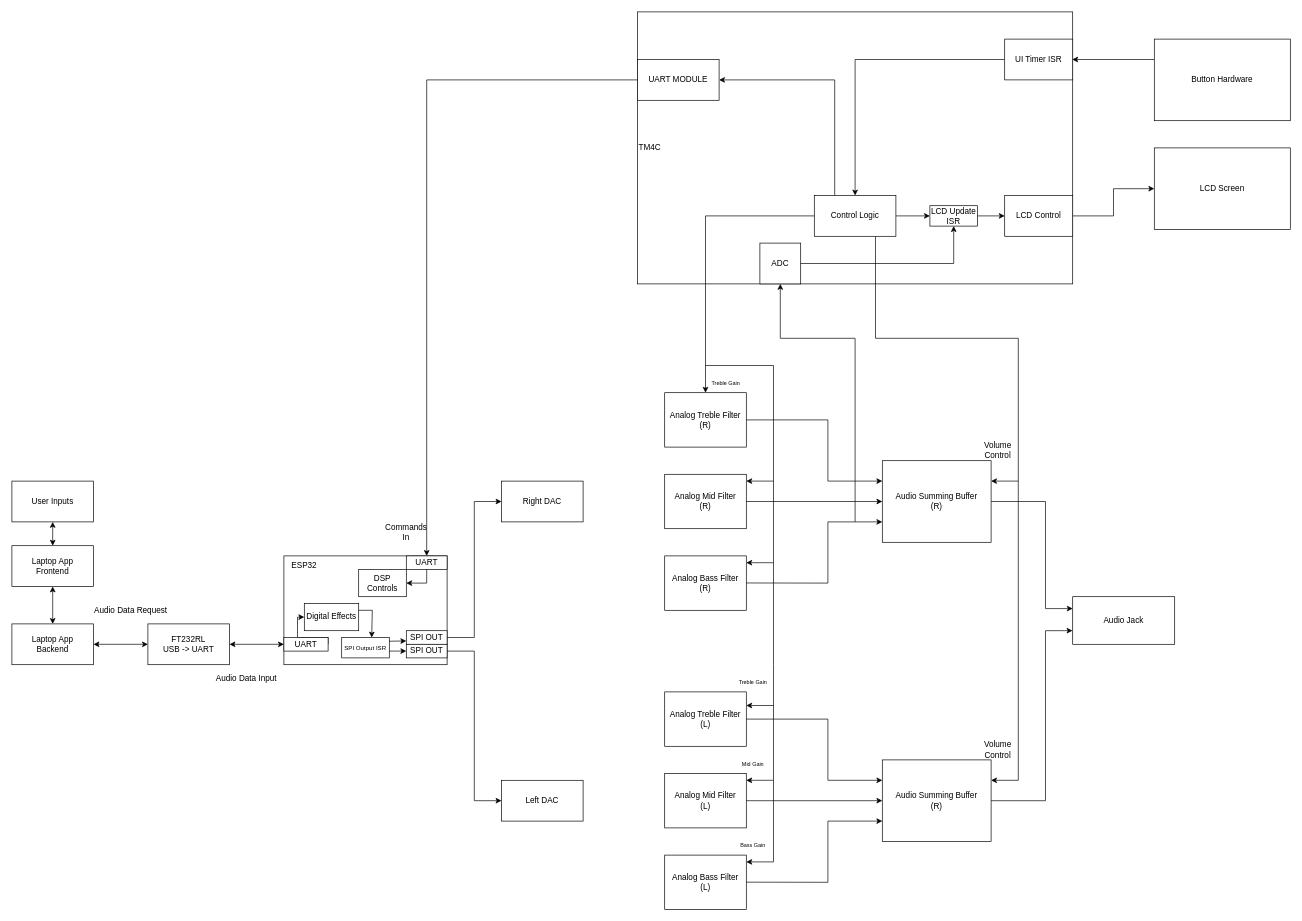
This is Lab7A_SystemDiagram.drawio from niranjannt/Local-Music-Streaming-Pipeline, a draw.io file, before an edit. Source tidied: cells renumbered, new cells numbered last; positions are measured from the earlier drawing's top-left corner, leaving out a move shared by most shapes. Both pictures are drawn from the tidied source at 68%, with x=0, y=0 at pixel (12, 12).
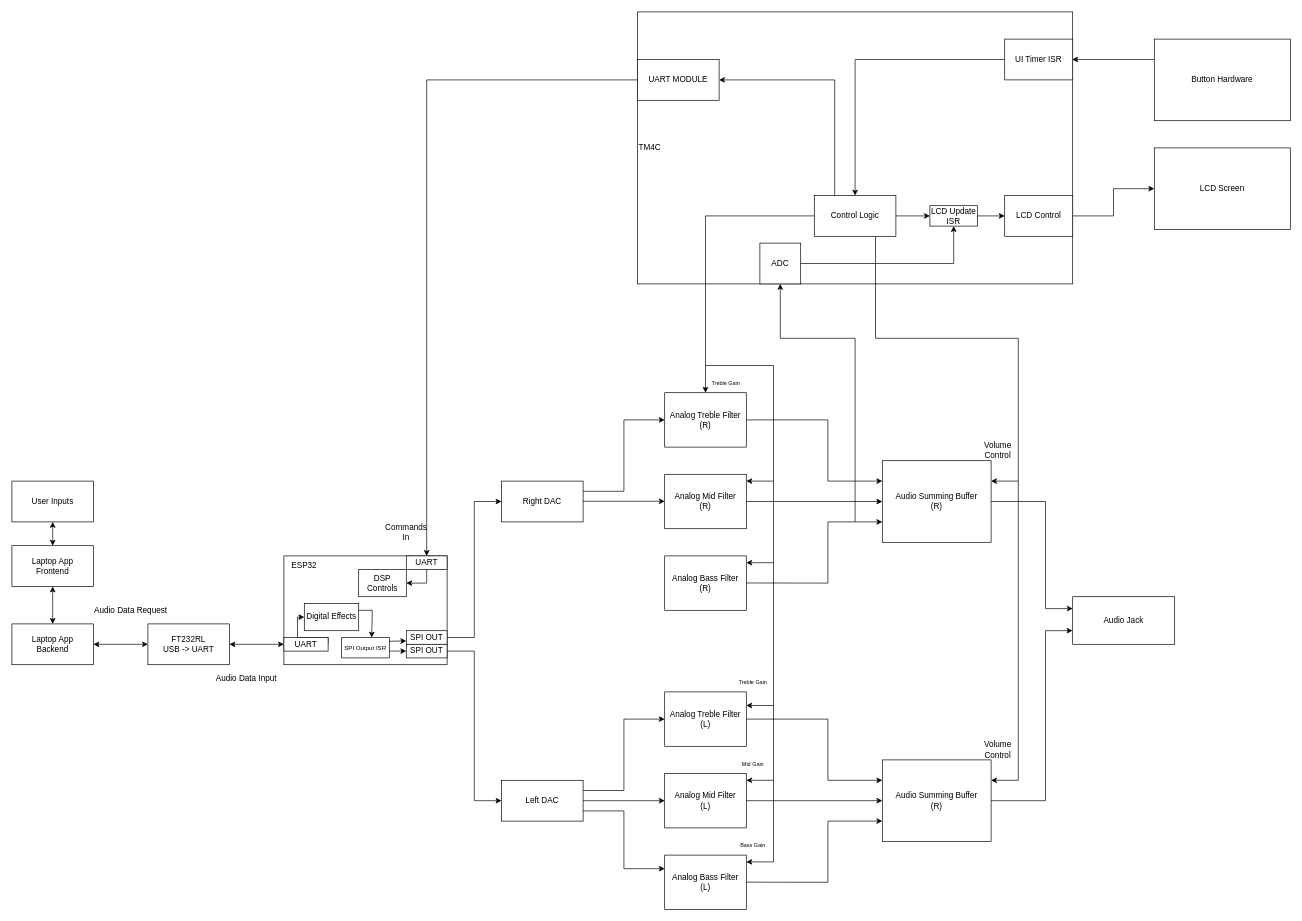
After the change.

The change refers to these unchanged cells:
```xml
<mxCell id="17" value="Analog Treble Filter&lt;div&gt;(R)&lt;/div&gt;" style="rounded=0;whiteSpace=wrap;html=1;" parent="1" vertex="1">
  <mxGeometry x="960" y="560" width="120" height="80" as="geometry" />
</mxCell>
<mxCell id="29" value="Analog Mid Filter&lt;div&gt;(L)&lt;/div&gt;" style="rounded=0;whiteSpace=wrap;html=1;" parent="1" vertex="1">
  <mxGeometry x="960" y="1120" width="120" height="80" as="geometry" />
</mxCell>
<mxCell id="30" value="Analog Bass Filter&lt;div&gt;(L)&lt;/div&gt;" style="rounded=0;whiteSpace=wrap;html=1;" parent="1" vertex="1">
  <mxGeometry x="960" y="1240" width="120" height="80" as="geometry" />
</mxCell>
<mxCell id="50" value="Right DAC" style="rounded=0;whiteSpace=wrap;html=1;" parent="1" vertex="1">
  <mxGeometry x="720" y="690" width="120" height="60" as="geometry" />
</mxCell>
<mxCell id="51" value="Left DAC" style="rounded=0;whiteSpace=wrap;html=1;" parent="1" vertex="1">
  <mxGeometry x="720" y="1130" width="120" height="60" as="geometry" />
</mxCell>
```

What changed in the source:
```diff
@@
+    <mxCell id="80" style="endArrow=classic;html=1;rounded=0;entryX=0;entryY=0.5;entryDx=0;entryDy=0;exitX=1;exitY=0.25;exitDx=0;exitDy=0;" parent="1" edge="1" source="50" target="17">
+      <mxGeometry relative="1" as="geometry">
+        <Array as="points">
+          <mxPoint x="900" y="705" />
+          <mxPoint x="900" y="600" />
+        </Array>
+      </mxGeometry>
+    </mxCell>
+    <mxCell id="81" style="endArrow=classic;html=1;rounded=0;entryX=0;entryY=0.5;entryDx=0;entryDy=0;exitX=1;exitY=0.25;exitDx=0;exitDy=0;" parent="1" edge="1">
+      <mxGeometry relative="1" as="geometry">
+        <mxPoint x="840" y="1145" as="sourcePoint" />
+        <mxPoint x="960" y="1040" as="targetPoint" />
+        <Array as="points">
+          <mxPoint x="900" y="1145" />
+          <mxPoint x="900" y="1040" />
+        </Array>
+      </mxGeometry>
+    </mxCell>
+    <mxCell id="82" style="endArrow=classic;html=1;rounded=0;entryX=0;entryY=0.5;entryDx=0;entryDy=0;exitX=1;exitY=0.5;exitDx=0;exitDy=0;" parent="1" edge="1" source="51" target="29">
+      <mxGeometry relative="1" as="geometry" />
+    </mxCell>
+    <mxCell id="83" style="endArrow=classic;html=1;rounded=0;entryX=0;entryY=0.5;entryDx=0;entryDy=0;exitX=1;exitY=0.5;exitDx=0;exitDy=0;" parent="1" edge="1">
+      <mxGeometry relative="1" as="geometry">
+        <mxPoint x="840" y="719.7" as="sourcePoint" />
+        <mxPoint x="960" y="719.7" as="targetPoint" />
+      </mxGeometry>
+    </mxCell>
+    <mxCell id="84" style="endArrow=classic;html=1;rounded=0;entryX=0;entryY=0.25;entryDx=0;entryDy=0;exitX=1;exitY=0.75;exitDx=0;exitDy=0;" parent="1" edge="1" source="51" target="30">
+      <mxGeometry relative="1" as="geometry">
+        <Array as="points">
+          <mxPoint x="900" y="1175" />
+          <mxPoint x="900" y="1260" />
+        </Array>
+      </mxGeometry>
+    </mxCell>
```
